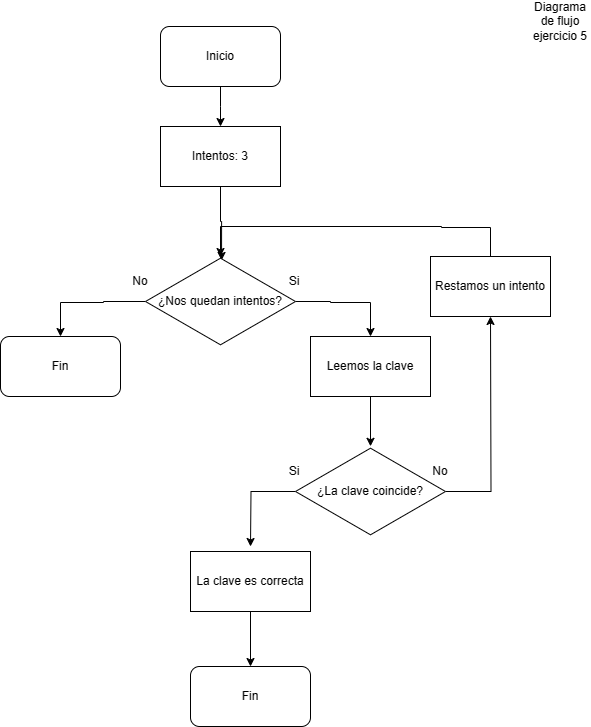
Javiert54/github keeps this draw.io diagram as Diagramas de flujo/Diagrama de flujo ejercicio 5.png. Above is the earlier version. Source tidied: cells renumbered, new cells last; positions are measured from the earlier drawing's top-left corner, leaving out a move shared by most shapes.
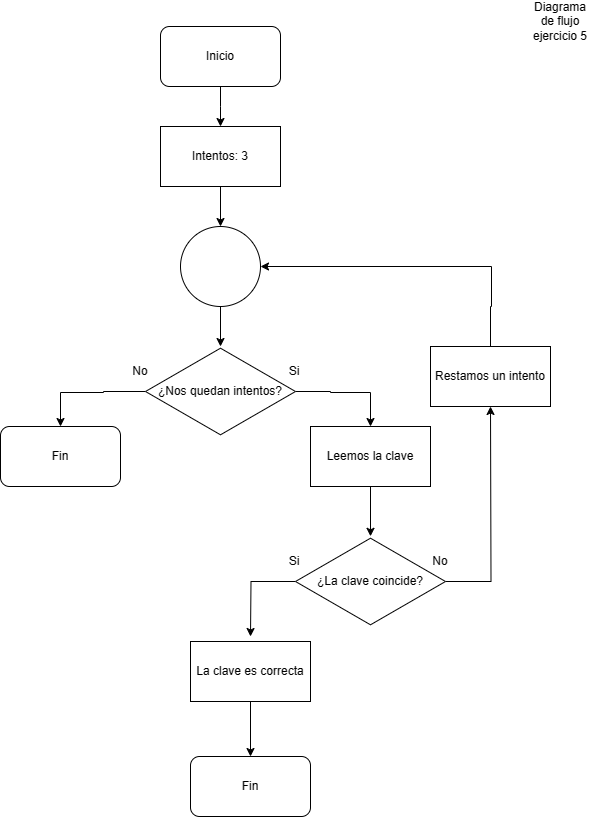
The same file after the commit.

What changed in the source:
```diff
@@ -4,20 +4,20 @@
     <mxCell id="1" parent="0" />
     <mxCell id="2" style="edgeStyle=orthogonalEdgeStyle;rounded=0;jettySize=auto;html=1;" parent="1" edge="1" source="3">
       <mxGeometry relative="1" as="geometry">
-        <mxPoint x="220" y="120" as="targetPoint" />
+        <mxPoint x="220" y="30" as="targetPoint" />
       </mxGeometry>
     </mxCell>
     <mxCell id="3" value="Inicio" style="rounded=1;whiteSpace=wrap;html=1;" parent="1" vertex="1">
-      <mxGeometry x="160" y="20" width="120" height="60" as="geometry" />
+      <mxGeometry x="160" y="-70" width="120" height="60" as="geometry" />
     </mxCell>
     <mxCell id="4" value="Diagrama de flujo ejercicio 5" style="text;html=1;strokeColor=none;fillColor=none;align=center;verticalAlign=middle;whiteSpace=wrap;rounded=0;" parent="1" vertex="1">
-      <mxGeometry x="530" width="60" height="30" as="geometry" />
+      <mxGeometry x="530" y="-90" width="60" height="30" as="geometry" />
     </mxCell>
-    <mxCell id="5" style="edgeStyle=orthogonalEdgeStyle;rounded=0;jettySize=auto;html=1;entryX=0.507;entryY=0.044;entryDx=0;entryDy=0;entryPerimeter=0;" parent="1" edge="1" source="6" target="9">
-      <mxGeometry relative="1" as="geometry" />
-    </mxCell>
+    <mxCell id="25" style="edgeStyle=orthogonalEdgeStyle;rounded=0;jettySize=auto;html=1;entryX=0.5;entryY=0;entryDx=0;entryDy=0;" parent="1" edge="1" source="6" target="28">
+      <mxGeometry relative="1" as="geometry" />
+    </mxCell>
     <mxCell id="6" value="Intentos: 3" style="rounded=0;whiteSpace=wrap;html=1;" parent="1" vertex="1">
-      <mxGeometry x="160" y="120" width="120" height="60" as="geometry" />
+      <mxGeometry x="160" y="30" width="120" height="60" as="geometry" />
     </mxCell>
     <mxCell id="7" style="edgeStyle=orthogonalEdgeStyle;rounded=0;jettySize=auto;html=1;entryX=0.5;entryY=0;entryDx=0;entryDy=0;" parent="1" edge="1" source="9" target="14">
       <mxGeometry relative="1" as="geometry">
@@ -71,16 +71,15 @@
     <mxCell id="18" value="No" style="text;html=1;strokeColor=none;fillColor=none;align=center;verticalAlign=middle;whiteSpace=wrap;rounded=0;" parent="1" vertex="1">
       <mxGeometry x="410" y="450" width="60" height="30" as="geometry" />
     </mxCell>
-    <mxCell id="19" style="edgeStyle=orthogonalEdgeStyle;rounded=0;jettySize=auto;html=1;" parent="1" edge="1" source="20">
-      <mxGeometry relative="1" as="geometry">
-        <mxPoint x="220" y="250" as="targetPoint" />
-        <Array as="points">
-          <mxPoint x="490" y="221" />
-          <mxPoint x="441" y="221" />
-          <mxPoint x="441" y="220" />
-        </Array>
-      </mxGeometry>
-    </mxCell>
+    <mxCell id="26" style="edgeStyle=orthogonalEdgeStyle;rounded=0;jettySize=auto;html=1;entryX=1;entryY=0.5;entryDx=0;entryDy=0;" parent="1" edge="1" source="20" target="28">
+      <mxGeometry relative="1" as="geometry">
+        <Array as="points">
+          <mxPoint x="490" y="210" />
+          <mxPoint x="491" y="210" />
+          <mxPoint x="491" y="170" />
+        </Array>
+      </mxGeometry>
+    </mxCell>
     <mxCell id="20" value="Restamos un intento" style="rounded=0;whiteSpace=wrap;html=1;" parent="1" vertex="1">
       <mxGeometry x="430" y="250" width="120" height="60" as="geometry" />
     </mxCell>
@@ -96,5 +95,11 @@
     <mxCell id="24" value="Fin" style="rounded=1;whiteSpace=wrap;html=1;" parent="1" vertex="1">
       <mxGeometry x="190" y="660" width="120" height="60" as="geometry" />
     </mxCell>
+    <mxCell id="27" style="edgeStyle=orthogonalEdgeStyle;rounded=0;jettySize=auto;html=1;" parent="1" edge="1" source="28" target="9">
+      <mxGeometry relative="1" as="geometry" />
+    </mxCell>
+    <mxCell id="28" style="ellipse;whiteSpace=wrap;html=1;" parent="1" vertex="1">
+      <mxGeometry x="180" y="130" width="80" height="80" as="geometry" />
+    </mxCell>
   </root>
 </mxGraphModel>
```
